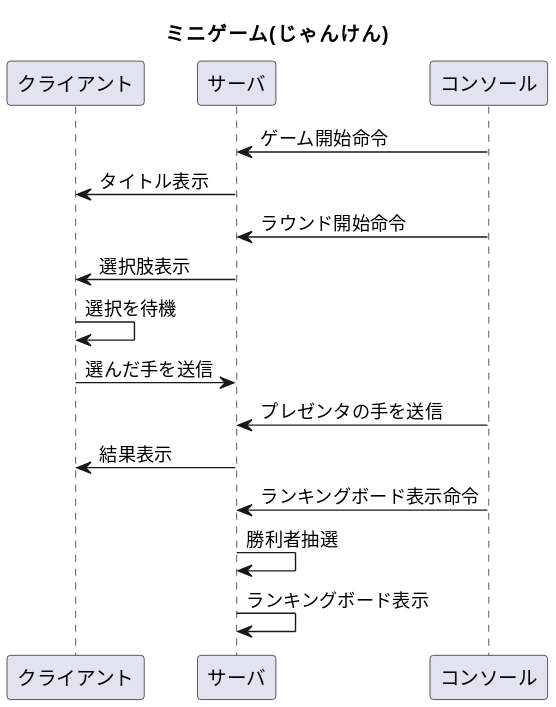
potetiniku/aster-connect keeps this PlantUML diagram as documents/diagrams/export/sequences/6_rps.svg. Above is the earlier version. Source of this version:
```plantuml
@startuml 6_rps

title ミニゲーム(じゃんけん)

participant クライアント as client
participant サーバ as server
participant コンソール as console

console -> server : ゲーム開始命令
server -> client : タイトル表示
console -> server : ラウンド開始命令
server -> client : 選択肢表示
client -> client : 選択を待機
client -> server : 選んだ手を送信
console -> server : プレゼンタの手を送信
server -> client : 結果表示
console -> server : ランキングボード表示命令
server -> server : 勝利者抽選
server -> server : ランキングボード表示

@enduml
```
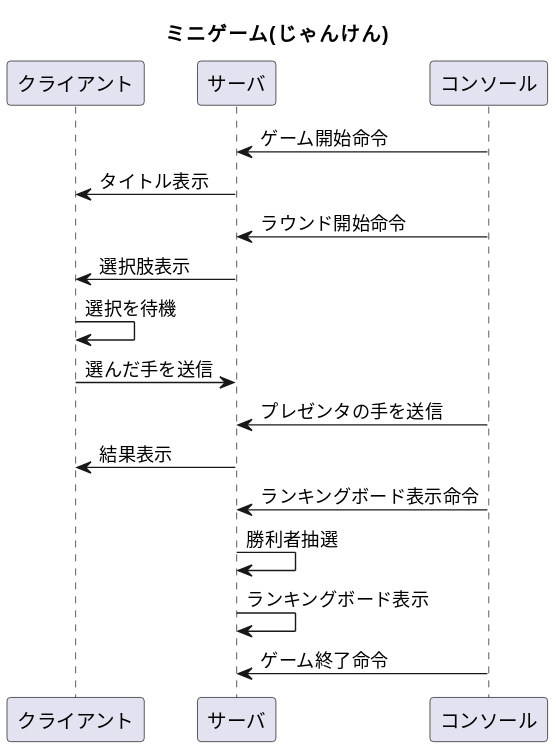
Above is the later version.

Commit message:
docs: シーケンス図を修正

What changed in the source:
```diff
@@ -17,5 +17,6 @@
 console -> server : ランキングボード表示命令
 server -> server : 勝利者抽選
 server -> server : ランキングボード表示
+console -> server : ゲーム終了命令
 
 @enduml
```
